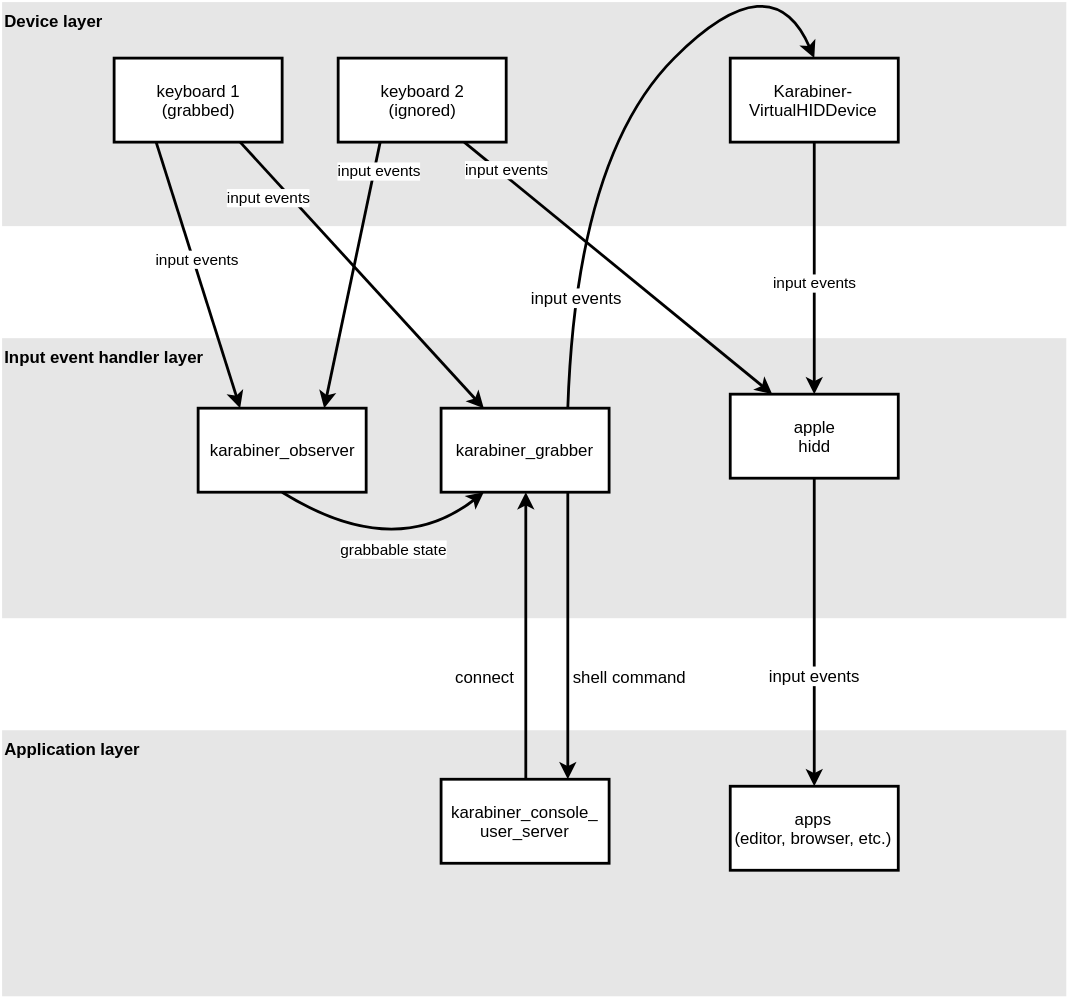
Above: docs/images/processes.svg in btwise/Karabiner-Elements-CN (draw.io), before the change. Source tidied: cells renumbered, new cells last; positions are measured from the earlier drawing's top-left corner, leaving out a move shared by most shapes. Its diagram source:
```xml
<mxGraphModel background="#ffffff">
  <root>
    <mxCell id="0" />
    <mxCell id="1" parent="0" />
    <mxCell id="2" value="Application layer" style="rounded=0;whiteSpace=wrap;html=1;shadow=0;glass=0;comic=0;strokeColor=none;strokeWidth=2;fontColor=#000000;fillColor=#E6E6E6;align=left;verticalAlign=top;fontStyle=1;" parent="1" vertex="1">
      <mxGeometry y="550" width="760" height="190" as="geometry" />
    </mxCell>
    <mxCell id="3" value="Input event handler layer" style="rounded=0;whiteSpace=wrap;html=1;shadow=0;glass=0;comic=0;strokeColor=none;strokeWidth=2;fontColor=#000000;fillColor=#E6E6E6;align=left;verticalAlign=top;fontStyle=1;" parent="1" vertex="1">
      <mxGeometry y="270" width="760" height="200" as="geometry" />
    </mxCell>
    <mxCell id="4" value="&lt;div style=&quot;text-align: left&quot;&gt;&lt;span&gt;Device layer&lt;/span&gt;&lt;/div&gt;" style="rounded=0;whiteSpace=wrap;html=1;shadow=0;glass=0;comic=0;strokeColor=none;strokeWidth=2;fontColor=#000000;fillColor=#E6E6E6;align=left;verticalAlign=top;fontStyle=1;" parent="1" vertex="1">
      <mxGeometry y="30" width="760" height="160" as="geometry" />
    </mxCell>
    <mxCell id="5" value="keyboard 1&lt;br&gt;(grabbed)&lt;br&gt;" style="rounded=0;whiteSpace=wrap;html=1;shadow=0;glass=0;comic=0;strokeColor=#000000;strokeWidth=2;fontColor=#000000;" parent="1" vertex="1">
      <mxGeometry x="80" y="70" width="120" height="60" as="geometry" />
    </mxCell>
    <mxCell id="6" value="keyboard 2&lt;br&gt;(ignored)&lt;br&gt;" style="rounded=0;whiteSpace=wrap;html=1;shadow=0;glass=0;comic=0;strokeColor=#000000;strokeWidth=2;fontColor=#000000;" parent="1" vertex="1">
      <mxGeometry x="240" y="70" width="120" height="60" as="geometry" />
    </mxCell>
    <mxCell id="7" value="karabiner_observer" style="rounded=0;whiteSpace=wrap;html=1;shadow=0;glass=0;comic=0;strokeColor=#000000;strokeWidth=2;fontColor=#000000;" parent="1" vertex="1">
      <mxGeometry x="140" y="320" width="120" height="60" as="geometry" />
    </mxCell>
    <mxCell id="8" value="karabiner_grabber" style="rounded=0;whiteSpace=wrap;html=1;shadow=0;glass=0;comic=0;strokeColor=#000000;strokeWidth=2;fontColor=#000000;" parent="1" vertex="1">
      <mxGeometry x="313.5" y="320" width="120" height="60" as="geometry" />
    </mxCell>
    <mxCell id="9" value="karabiner_console_&lt;br&gt;user_server&lt;br&gt;" style="rounded=0;html=1;shadow=0;glass=0;comic=0;strokeColor=#000000;strokeWidth=2;fontColor=#000000;whiteSpace=wrap;" parent="1" vertex="1">
      <mxGeometry x="313.5" y="585" width="120" height="60" as="geometry" />
    </mxCell>
    <mxCell id="10" value="apple&lt;br&gt;hidd&lt;br&gt;" style="rounded=0;html=1;shadow=0;glass=0;comic=0;strokeColor=#000000;strokeWidth=2;fontColor=#000000;whiteSpace=wrap;" parent="1" vertex="1">
      <mxGeometry x="520" y="310" width="120" height="60" as="geometry" />
    </mxCell>
    <mxCell id="11" value="input events" style="endArrow=classic;html=1;strokeColor=#000000;strokeWidth=2;fillColor=#FF2424;fontColor=#000000;exitX=0.25;exitY=1;entryX=0.25;entryY=0;" parent="1" edge="1" source="5" target="7">
      <mxGeometry x="-0.12" y="3" relative="1" as="geometry" />
    </mxCell>
    <mxCell id="12" value="input events" style="endArrow=classic;html=1;strokeColor=#000000;strokeWidth=2;fillColor=#FF2424;fontColor=#000000;exitX=0.25;exitY=1;entryX=0.75;entryY=0;" parent="1" edge="1" source="6" target="7">
      <mxGeometry x="-0.8" y="4" relative="1" as="geometry" />
    </mxCell>
    <mxCell id="13" value="input events" style="endArrow=classic;html=1;strokeColor=#000000;strokeWidth=2;fillColor=#FF2424;fontColor=#000000;exitX=0.75;exitY=1;entryX=0.25;entryY=0;" parent="1" edge="1" source="5" target="8">
      <mxGeometry x="-0.67" y="-12" relative="1" as="geometry" />
    </mxCell>
    <mxCell id="14" value="grabbable state" style="endArrow=classic;html=1;strokeColor=#000000;strokeWidth=2;fillColor=#FF2424;fontColor=#000000;curved=1;entryX=0.25;entryY=1;exitX=0.5;exitY=1;" parent="1" edge="1" source="7" target="8">
      <mxGeometry x="0.01" y="8" relative="1" as="geometry">
        <Array as="points">
          <mxPoint x="280" y="430" />
        </Array>
      </mxGeometry>
    </mxCell>
    <mxCell id="15" style="endArrow=classic;html=1;strokeColor=#000000;strokeWidth=2;fillColor=#FF2424;fontColor=#000000;exitX=0.5;exitY=0;entryX=0.5;entryY=1;" parent="1" edge="1" source="9" target="8">
      <mxGeometry relative="1" as="geometry" />
    </mxCell>
    <mxCell id="16" value="connect&lt;br&gt;" style="text;html=1;align=center;verticalAlign=middle;labelBackgroundColor=#ffffff;fontColor=#000000;" parent="15" vertex="1">
      <mxGeometry x="-0.25" y="3" relative="1" as="geometry">
        <mxPoint x="-27" y="3" as="offset" />
      </mxGeometry>
    </mxCell>
    <mxCell id="17" style="endArrow=classic;html=1;strokeColor=#000000;strokeWidth=2;fillColor=#FF2424;fontColor=#000000;exitX=0.75;exitY=1;entryX=0.75;entryY=0;" parent="1" edge="1" source="8" target="9">
      <mxGeometry relative="1" as="geometry" />
    </mxCell>
    <mxCell id="18" value="shell command" style="text;html=1;align=center;verticalAlign=middle;labelBackgroundColor=#ffffff;fontColor=#000000;" parent="17" vertex="1">
      <mxGeometry x="0.16" y="2" relative="1" as="geometry">
        <mxPoint x="41.5" y="12" as="offset" />
      </mxGeometry>
    </mxCell>
    <mxCell id="19" style="endArrow=classic;html=1;strokeColor=#000000;strokeWidth=2;fillColor=#FF2424;fontColor=#000000;exitX=0.75;exitY=0;entryX=0.5;entryY=0;curved=1;" parent="1" edge="1" source="8" target="21">
      <mxGeometry relative="1" as="geometry">
        <Array as="points">
          <mxPoint x="410" y="140" />
          <mxPoint x="550" />
        </Array>
      </mxGeometry>
    </mxCell>
    <mxCell id="20" value="input events" style="text;html=1;align=center;verticalAlign=middle;labelBackgroundColor=#ffffff;fontColor=#000000;" parent="19" vertex="1">
      <mxGeometry x="-0.49" y="-5" relative="1" as="geometry">
        <mxPoint x="-3" y="35" as="offset" />
      </mxGeometry>
    </mxCell>
    <mxCell id="21" value="Karabiner-VirtualHIDDevice" style="rounded=0;whiteSpace=wrap;html=1;shadow=0;glass=0;comic=0;strokeColor=#000000;strokeWidth=2;fontColor=#000000;" parent="1" vertex="1">
      <mxGeometry x="520" y="70" width="120" height="60" as="geometry" />
    </mxCell>
    <mxCell id="22" value="input events" style="endArrow=classic;html=1;strokeColor=#000000;strokeWidth=2;fillColor=#FF2424;fontColor=#000000;exitX=0.5;exitY=1;entryX=0.5;entryY=0;" parent="1" edge="1" source="21" target="10">
      <mxGeometry x="0.11" relative="1" as="geometry" />
    </mxCell>
    <mxCell id="23" style="endArrow=classic;html=1;strokeColor=#000000;strokeWidth=2;fillColor=#FF2424;fontColor=#000000;exitX=0.5;exitY=1;" parent="1" edge="1" source="10" target="25">
      <mxGeometry relative="1" as="geometry" />
    </mxCell>
    <mxCell id="24" value="input events" style="text;html=1;align=center;verticalAlign=middle;labelBackgroundColor=#ffffff;fontColor=#000000;" parent="23" vertex="1">
      <mxGeometry x="0.12" y="2" relative="1" as="geometry">
        <mxPoint x="-2" y="17" as="offset" />
      </mxGeometry>
    </mxCell>
    <mxCell id="25" value="apps&lt;br&gt;(editor, browser, etc.)&lt;br&gt;" style="rounded=0;html=1;shadow=0;glass=0;comic=0;strokeColor=#000000;strokeWidth=2;fontColor=#000000;whiteSpace=wrap;" parent="1" vertex="1">
      <mxGeometry x="520" y="590" width="120" height="60" as="geometry" />
    </mxCell>
    <mxCell id="26" value="input events" style="endArrow=classic;html=1;strokeColor=#000000;strokeWidth=2;fillColor=#FF2424;fontColor=#000000;exitX=0.75;exitY=1;entryX=0.25;entryY=0;" parent="1" edge="1" source="6" target="10">
      <mxGeometry x="-0.75" y="4" relative="1" as="geometry" />
    </mxCell>
  </root>
</mxGraphModel>
```
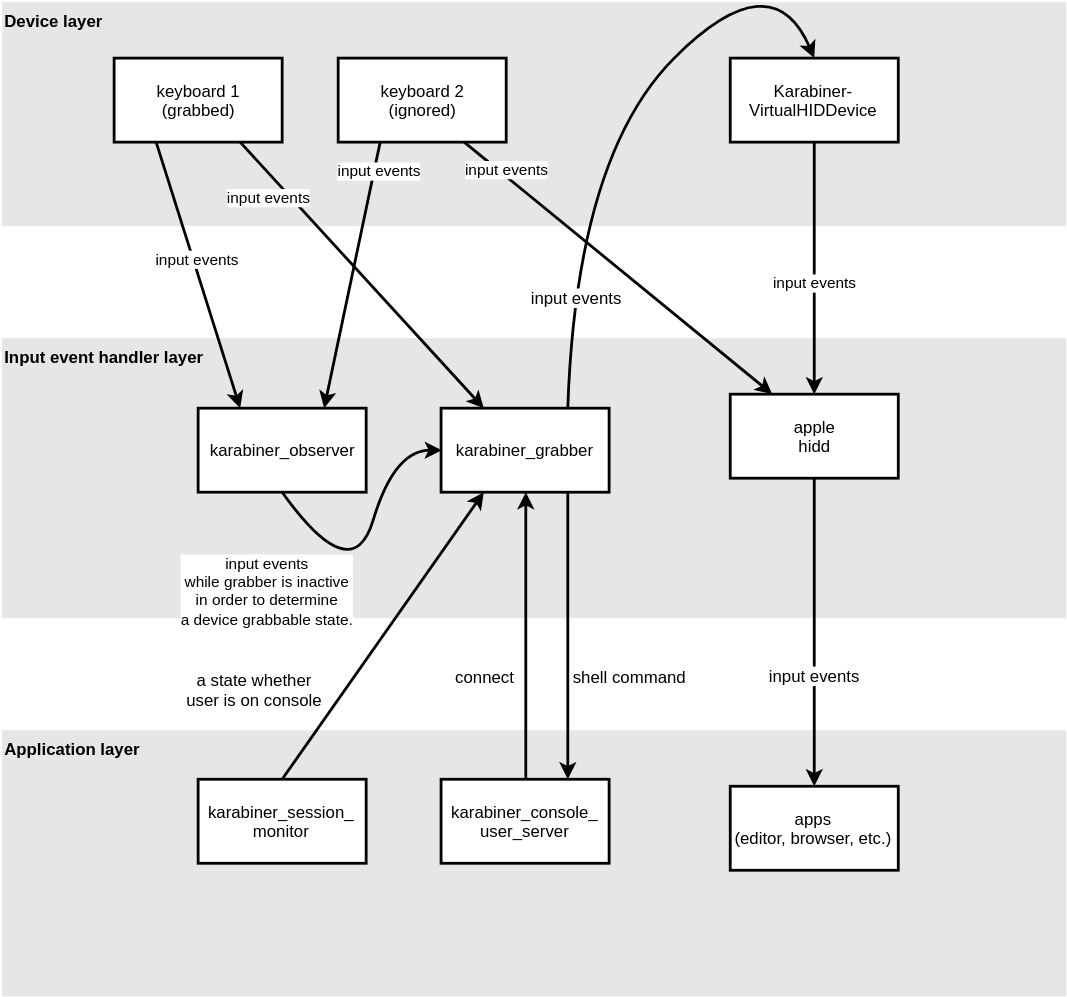
The same file after the commit.

What changed in the source:
```diff
@@ -1,4 +1,4 @@
-<mxGraphModel background="#ffffff">
+<mxGraphModel>
   <root>
     <mxCell id="0" />
     <mxCell id="1" parent="0" />
@@ -38,10 +38,11 @@
     <mxCell id="13" value="input events" style="endArrow=classic;html=1;strokeColor=#000000;strokeWidth=2;fillColor=#FF2424;fontColor=#000000;exitX=0.75;exitY=1;entryX=0.25;entryY=0;" parent="1" edge="1" source="5" target="8">
       <mxGeometry x="-0.67" y="-12" relative="1" as="geometry" />
     </mxCell>
-    <mxCell id="14" value="grabbable state" style="endArrow=classic;html=1;strokeColor=#000000;strokeWidth=2;fillColor=#FF2424;fontColor=#000000;curved=1;entryX=0.25;entryY=1;exitX=0.5;exitY=1;" parent="1" edge="1" source="7" target="8">
-      <mxGeometry x="0.01" y="8" relative="1" as="geometry">
+    <mxCell id="14" value="input events&lt;br&gt;while grabber is inactive&lt;br&gt;in order to determine&lt;br&gt;a device grabbable state.&lt;br&gt;" style="endArrow=classic;html=1;strokeColor=#000000;strokeWidth=2;fillColor=#FF2424;fontColor=#000000;curved=1;entryX=0;entryY=0.5;exitX=0.5;exitY=1;entryDx=0;entryDy=0;" parent="1" edge="1" source="7" target="8">
+      <mxGeometry x="-0.54" y="-49" relative="1" as="geometry">
         <Array as="points">
-          <mxPoint x="280" y="430" />
+          <mxPoint x="250" y="450" />
+          <mxPoint x="280" y="350" />
         </Array>
       </mxGeometry>
     </mxCell>
@@ -94,5 +95,16 @@
     <mxCell id="26" value="input events" style="endArrow=classic;html=1;strokeColor=#000000;strokeWidth=2;fillColor=#FF2424;fontColor=#000000;exitX=0.75;exitY=1;entryX=0.25;entryY=0;" parent="1" edge="1" source="6" target="10">
       <mxGeometry x="-0.75" y="4" relative="1" as="geometry" />
     </mxCell>
+    <mxCell id="27" value="karabiner_session_&lt;br&gt;monitor&lt;br&gt;" style="rounded=0;html=1;shadow=0;glass=0;comic=0;strokeColor=#000000;strokeWidth=2;fontColor=#000000;whiteSpace=wrap;" parent="1" vertex="1">
+      <mxGeometry x="140" y="585" width="120" height="60" as="geometry" />
+    </mxCell>
+    <mxCell id="28" style="endArrow=classic;html=1;strokeColor=#000000;strokeWidth=2;fillColor=#FF2424;fontColor=#000000;exitX=0.5;exitY=0;entryX=0.25;entryY=1;entryDx=0;entryDy=0;exitDx=0;exitDy=0;" parent="1" edge="1" source="27" target="8">
+      <mxGeometry relative="1" as="geometry" />
+    </mxCell>
+    <mxCell id="29" value="a state whether&lt;br&gt;user is on console" style="text;html=1;align=center;verticalAlign=middle;labelBackgroundColor=#ffffff;fontColor=#000000;" parent="28" vertex="1">
+      <mxGeometry x="-0.25" y="3" relative="1" as="geometry">
+        <mxPoint x="-72" y="14.5" as="offset" />
+      </mxGeometry>
+    </mxCell>
   </root>
 </mxGraphModel>
```
